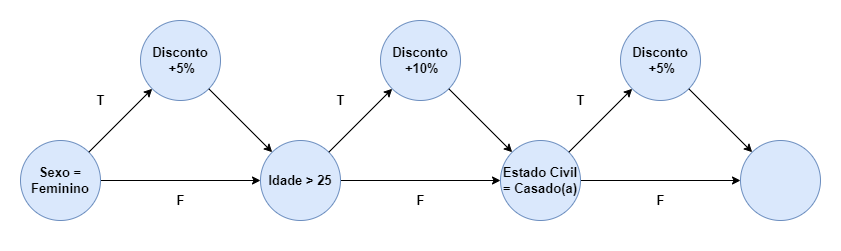
This is images/Grafo Causa e Efeito.png from Dener-arx/ts-2021-2, a draw.io export, as it was before one commit. Source tidied: cells renumbered, new cells last; positions are measured from the earlier drawing's top-left corner, leaving out a move shared by most shapes.
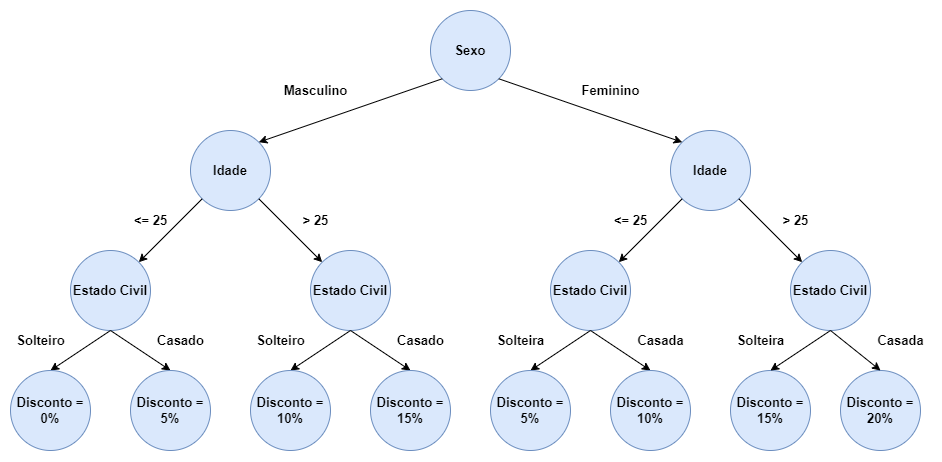
Later version of the same file.

What changed in the source:
```diff
@@ -2,74 +2,137 @@
   <root>
     <mxCell id="0" />
     <mxCell id="1" parent="0" />
-    <mxCell id="2" style="rounded=0;whiteSpace=wrap;html=1;fontSize=14;strokeColor=none;" parent="1" vertex="1">
-      <mxGeometry width="840" height="250" as="geometry" />
-    </mxCell>
-    <mxCell id="3" style="edgeStyle=orthogonalEdgeStyle;rounded=0;jettySize=auto;html=1;fontSize=13;" parent="1" edge="1" source="4" target="6">
-      <mxGeometry relative="1" as="geometry" />
-    </mxCell>
-    <mxCell id="4" value="Sexo = Feminino" style="ellipse;whiteSpace=wrap;html=1;fontStyle=1;fontSize=13;fillColor=#dae8fc;strokeColor=#6c8ebf;" parent="1" vertex="1">
-      <mxGeometry x="20" y="140" width="80" height="80" as="geometry" />
-    </mxCell>
-    <mxCell id="5" style="edgeStyle=orthogonalEdgeStyle;rounded=0;jettySize=auto;html=1;fontSize=13;" parent="1" edge="1" source="6" target="9">
-      <mxGeometry relative="1" as="geometry" />
-    </mxCell>
-    <mxCell id="6" value="Idade &amp;gt; 25" style="ellipse;whiteSpace=wrap;html=1;fontStyle=1;fontSize=13;fillColor=#dae8fc;strokeColor=#6c8ebf;" parent="1" vertex="1">
-      <mxGeometry x="260" y="140" width="80" height="80" as="geometry" />
-    </mxCell>
-    <mxCell id="7" value="Disconto&lt;br&gt;&amp;nbsp;+5%" style="ellipse;whiteSpace=wrap;html=1;fontStyle=1;fontSize=13;fillColor=#dae8fc;strokeColor=#6c8ebf;" parent="1" vertex="1">
-      <mxGeometry x="140" y="20" width="80" height="80" as="geometry" />
-    </mxCell>
-    <mxCell id="8" style="edgeStyle=orthogonalEdgeStyle;rounded=0;jettySize=auto;html=1;fontSize=13;" parent="1" edge="1" source="9" target="10">
-      <mxGeometry relative="1" as="geometry" />
-    </mxCell>
-    <mxCell id="9" value="Estado Civil = Casado(a)" style="ellipse;whiteSpace=wrap;html=1;fontStyle=1;fontSize=13;fillColor=#dae8fc;strokeColor=#6c8ebf;" parent="1" vertex="1">
-      <mxGeometry x="500" y="140" width="80" height="80" as="geometry" />
-    </mxCell>
-    <mxCell id="10" style="ellipse;whiteSpace=wrap;html=1;fontStyle=1;fontSize=13;fillColor=#dae8fc;strokeColor=#6c8ebf;" parent="1" vertex="1">
-      <mxGeometry x="740" y="140" width="80" height="80" as="geometry" />
-    </mxCell>
-    <mxCell id="11" value="Disconto&lt;br&gt;&amp;nbsp;+10%" style="ellipse;whiteSpace=wrap;html=1;fontStyle=1;fontSize=13;fillColor=#dae8fc;strokeColor=#6c8ebf;" parent="1" vertex="1">
-      <mxGeometry x="380" y="20" width="80" height="80" as="geometry" />
-    </mxCell>
-    <mxCell id="12" value="Disconto&lt;br&gt;&amp;nbsp;+5%" style="ellipse;whiteSpace=wrap;html=1;fontStyle=1;fontSize=13;fillColor=#dae8fc;strokeColor=#6c8ebf;" parent="1" vertex="1">
-      <mxGeometry x="620" y="20" width="80" height="80" as="geometry" />
-    </mxCell>
-    <mxCell id="13" style="endArrow=classic;html=1;rounded=0;fontSize=13;exitX=1;exitY=0;exitDx=0;exitDy=0;entryX=0;entryY=1;entryDx=0;entryDy=0;" parent="1" edge="1" source="4" target="7">
-      <mxGeometry relative="1" as="geometry" />
-    </mxCell>
-    <mxCell id="14" style="endArrow=classic;html=1;rounded=0;fontSize=13;exitX=1;exitY=1;exitDx=0;exitDy=0;entryX=0;entryY=0;entryDx=0;entryDy=0;" parent="1" edge="1" source="7" target="6">
-      <mxGeometry relative="1" as="geometry" />
-    </mxCell>
-    <mxCell id="15" style="endArrow=classic;html=1;rounded=0;fontSize=13;exitX=1;exitY=0;exitDx=0;exitDy=0;entryX=0;entryY=1;entryDx=0;entryDy=0;" parent="1" edge="1" source="6" target="11">
-      <mxGeometry relative="1" as="geometry" />
-    </mxCell>
-    <mxCell id="16" style="endArrow=classic;html=1;rounded=0;fontSize=13;exitX=1;exitY=1;exitDx=0;exitDy=0;entryX=0;entryY=0;entryDx=0;entryDy=0;" parent="1" edge="1" source="11" target="9">
-      <mxGeometry relative="1" as="geometry" />
-    </mxCell>
-    <mxCell id="17" style="endArrow=classic;html=1;rounded=0;fontSize=13;exitX=1;exitY=1;exitDx=0;exitDy=0;entryX=0;entryY=0;entryDx=0;entryDy=0;" parent="1" edge="1" source="12" target="10">
-      <mxGeometry relative="1" as="geometry" />
-    </mxCell>
-    <mxCell id="18" style="endArrow=classic;html=1;rounded=0;fontSize=13;exitX=1;exitY=0;exitDx=0;exitDy=0;entryX=0;entryY=1;entryDx=0;entryDy=0;" parent="1" edge="1" source="9" target="12">
-      <mxGeometry relative="1" as="geometry" />
-    </mxCell>
-    <mxCell id="19" value="F" style="text;html=1;align=center;verticalAlign=middle;strokeColor=none;fillColor=none;fontSize=13;fontStyle=1;" parent="1" vertex="1">
-      <mxGeometry x="170" y="190" width="20" height="20" as="geometry" />
-    </mxCell>
-    <mxCell id="20" value="T" style="text;html=1;align=center;verticalAlign=middle;strokeColor=none;fillColor=none;fontSize=13;fontStyle=1;" parent="1" vertex="1">
-      <mxGeometry x="90" y="90" width="20" height="20" as="geometry" />
-    </mxCell>
-    <mxCell id="21" value="T" style="text;html=1;align=center;verticalAlign=middle;strokeColor=none;fillColor=none;fontSize=13;fontStyle=1;" parent="1" vertex="1">
-      <mxGeometry x="330" y="90" width="20" height="20" as="geometry" />
-    </mxCell>
-    <mxCell id="22" value="F" style="text;html=1;align=center;verticalAlign=middle;strokeColor=none;fillColor=none;fontSize=13;fontStyle=1;" parent="1" vertex="1">
-      <mxGeometry x="410" y="190" width="20" height="20" as="geometry" />
-    </mxCell>
-    <mxCell id="23" value="T" style="text;html=1;align=center;verticalAlign=middle;strokeColor=none;fillColor=none;fontSize=13;fontStyle=1;" parent="1" vertex="1">
-      <mxGeometry x="570" y="90" width="20" height="20" as="geometry" />
-    </mxCell>
-    <mxCell id="24" value="F" style="text;html=1;align=center;verticalAlign=middle;strokeColor=none;fillColor=none;fontSize=13;fontStyle=1;" parent="1" vertex="1">
-      <mxGeometry x="650" y="190" width="20" height="20" as="geometry" />
-    </mxCell>
+    <mxCell id="25" style="rounded=0;whiteSpace=wrap;html=1;fontSize=13;strokeColor=none;" parent="1" vertex="1">
+      <mxGeometry x="-250" y="10" width="940" height="460" as="geometry" />
+    </mxCell>
+    <mxCell id="26" value="Sexo" style="ellipse;whiteSpace=wrap;html=1;fontStyle=1;fontSize=13;fillColor=#dae8fc;strokeColor=#6c8ebf;" parent="1" vertex="1">
+      <mxGeometry x="180" y="20" width="80" height="80" as="geometry" />
+    </mxCell>
+    <mxCell id="27" value="Idade" style="ellipse;whiteSpace=wrap;html=1;fontStyle=1;fontSize=13;fillColor=#dae8fc;strokeColor=#6c8ebf;" parent="1" vertex="1">
+      <mxGeometry x="-60" y="140" width="80" height="80" as="geometry" />
+    </mxCell>
+    <mxCell id="28" value="Idade" style="ellipse;whiteSpace=wrap;html=1;fontStyle=1;fontSize=13;fillColor=#dae8fc;strokeColor=#6c8ebf;" parent="1" vertex="1">
+      <mxGeometry x="420" y="140" width="80" height="80" as="geometry" />
+    </mxCell>
+    <mxCell id="29" value="Estado Civil" style="ellipse;whiteSpace=wrap;html=1;fontStyle=1;fontSize=13;fillColor=#dae8fc;strokeColor=#6c8ebf;" parent="1" vertex="1">
+      <mxGeometry x="-180" y="260" width="80" height="80" as="geometry" />
+    </mxCell>
+    <mxCell id="30" value="Estado Civil" style="ellipse;whiteSpace=wrap;html=1;fontStyle=1;fontSize=13;fillColor=#dae8fc;strokeColor=#6c8ebf;" parent="1" vertex="1">
+      <mxGeometry x="60" y="260" width="80" height="80" as="geometry" />
+    </mxCell>
+    <mxCell id="31" value="Estado Civil" style="ellipse;whiteSpace=wrap;html=1;fontStyle=1;fontSize=13;fillColor=#dae8fc;strokeColor=#6c8ebf;" parent="1" vertex="1">
+      <mxGeometry x="300" y="260" width="80" height="80" as="geometry" />
+    </mxCell>
+    <mxCell id="32" value="Estado Civil" style="ellipse;whiteSpace=wrap;html=1;fontStyle=1;fontSize=13;fillColor=#dae8fc;strokeColor=#6c8ebf;" parent="1" vertex="1">
+      <mxGeometry x="540" y="260" width="80" height="80" as="geometry" />
+    </mxCell>
+    <mxCell id="33" style="endArrow=classic;html=1;rounded=0;exitX=0;exitY=1;exitDx=0;exitDy=0;entryX=1;entryY=0;entryDx=0;entryDy=0;fontStyle=1;fontSize=13;" parent="1" edge="1" source="26" target="27">
+      <mxGeometry relative="1" as="geometry" />
+    </mxCell>
+    <mxCell id="34" style="endArrow=classic;html=1;rounded=0;exitX=1;exitY=1;exitDx=0;exitDy=0;entryX=0;entryY=0;entryDx=0;entryDy=0;fontStyle=1;fontSize=13;" parent="1" edge="1" source="27" target="30">
+      <mxGeometry relative="1" as="geometry" />
+    </mxCell>
+    <mxCell id="35" style="endArrow=classic;html=1;rounded=0;exitX=0;exitY=1;exitDx=0;exitDy=0;entryX=1;entryY=0;entryDx=0;entryDy=0;fontStyle=1;fontSize=13;" parent="1" edge="1" source="28" target="31">
+      <mxGeometry relative="1" as="geometry" />
+    </mxCell>
+    <mxCell id="36" style="endArrow=classic;html=1;rounded=0;exitX=1;exitY=1;exitDx=0;exitDy=0;entryX=0;entryY=0;entryDx=0;entryDy=0;fontStyle=1;fontSize=13;" parent="1" edge="1" source="26" target="28">
+      <mxGeometry relative="1" as="geometry" />
+    </mxCell>
+    <mxCell id="37" style="endArrow=classic;html=1;rounded=0;exitX=0.5;exitY=1;exitDx=0;exitDy=0;entryX=0.5;entryY=0;entryDx=0;entryDy=0;fontStyle=1;fontSize=13;" parent="1" edge="1" source="29" target="45">
+      <mxGeometry relative="1" as="geometry" />
+    </mxCell>
+    <mxCell id="38" style="endArrow=classic;html=1;rounded=0;exitX=0.5;exitY=1;exitDx=0;exitDy=0;entryX=0.5;entryY=0;entryDx=0;entryDy=0;fontStyle=1;fontSize=13;" parent="1" edge="1" source="29" target="46">
+      <mxGeometry relative="1" as="geometry" />
+    </mxCell>
+    <mxCell id="39" style="endArrow=classic;html=1;rounded=0;exitX=1;exitY=1;exitDx=0;exitDy=0;entryX=0;entryY=0;entryDx=0;entryDy=0;fontStyle=1;fontSize=13;" parent="1" edge="1" source="28" target="32">
+      <mxGeometry relative="1" as="geometry" />
+    </mxCell>
+    <mxCell id="40" style="endArrow=classic;html=1;rounded=0;exitX=0;exitY=1;exitDx=0;exitDy=0;entryX=1;entryY=0;entryDx=0;entryDy=0;fontStyle=1;fontSize=13;" parent="1" edge="1" source="27" target="29">
+      <mxGeometry relative="1" as="geometry" />
+    </mxCell>
+    <mxCell id="41" style="endArrow=classic;html=1;rounded=0;exitX=0.5;exitY=1;exitDx=0;exitDy=0;entryX=0.5;entryY=0;entryDx=0;entryDy=0;fontStyle=1;fontSize=13;" parent="1" edge="1" source="30" target="48">
+      <mxGeometry relative="1" as="geometry" />
+    </mxCell>
+    <mxCell id="42" style="endArrow=classic;html=1;rounded=0;exitX=0.5;exitY=1;exitDx=0;exitDy=0;entryX=0.5;entryY=0;entryDx=0;entryDy=0;fontStyle=1;fontSize=13;" parent="1" edge="1" source="30" target="47">
+      <mxGeometry relative="1" as="geometry" />
+    </mxCell>
+    <mxCell id="43" style="endArrow=classic;html=1;rounded=0;exitX=0.5;exitY=1;exitDx=0;exitDy=0;entryX=0.5;entryY=0;entryDx=0;entryDy=0;fontStyle=1;fontSize=13;" parent="1" edge="1" source="31" target="50">
+      <mxGeometry relative="1" as="geometry" />
+    </mxCell>
+    <mxCell id="44" style="endArrow=classic;html=1;rounded=0;exitX=0.5;exitY=1;exitDx=0;exitDy=0;entryX=0.5;entryY=0;entryDx=0;entryDy=0;fontStyle=1;fontSize=13;" parent="1" edge="1" source="31" target="49">
+      <mxGeometry relative="1" as="geometry" />
+    </mxCell>
+    <mxCell id="45" value="Disconto = 0%" style="ellipse;whiteSpace=wrap;html=1;fontStyle=1;fontSize=13;fillColor=#dae8fc;strokeColor=#6c8ebf;" parent="1" vertex="1">
+      <mxGeometry x="-240" y="380" width="80" height="80" as="geometry" />
+    </mxCell>
+    <mxCell id="46" value="Disconto = 5%" style="ellipse;whiteSpace=wrap;html=1;fontStyle=1;fontSize=13;fillColor=#dae8fc;strokeColor=#6c8ebf;" parent="1" vertex="1">
+      <mxGeometry x="-120" y="380" width="80" height="80" as="geometry" />
+    </mxCell>
+    <mxCell id="47" value="Disconto = 15%" style="ellipse;whiteSpace=wrap;html=1;fontStyle=1;fontSize=13;fillColor=#dae8fc;strokeColor=#6c8ebf;" parent="1" vertex="1">
+      <mxGeometry x="120" y="380" width="80" height="80" as="geometry" />
+    </mxCell>
+    <mxCell id="48" value="Disconto = 10%" style="ellipse;whiteSpace=wrap;html=1;fontStyle=1;fontSize=13;fillColor=#dae8fc;strokeColor=#6c8ebf;" parent="1" vertex="1">
+      <mxGeometry y="380" width="80" height="80" as="geometry" />
+    </mxCell>
+    <mxCell id="49" value="Disconto = 5%" style="ellipse;whiteSpace=wrap;html=1;fontStyle=1;fontSize=13;fillColor=#dae8fc;strokeColor=#6c8ebf;" parent="1" vertex="1">
+      <mxGeometry x="240" y="380" width="80" height="80" as="geometry" />
+    </mxCell>
+    <mxCell id="50" value="Disconto = 10%" style="ellipse;whiteSpace=wrap;html=1;fontStyle=1;fontSize=13;fillColor=#dae8fc;strokeColor=#6c8ebf;" parent="1" vertex="1">
+      <mxGeometry x="360" y="380" width="80" height="80" as="geometry" />
+    </mxCell>
+    <mxCell id="51" value="Disconto = 15%" style="ellipse;whiteSpace=wrap;html=1;fontStyle=1;fontSize=13;fillColor=#dae8fc;strokeColor=#6c8ebf;" parent="1" vertex="1">
+      <mxGeometry x="480" y="380" width="80" height="80" as="geometry" />
+    </mxCell>
+    <mxCell id="52" value="Disconto = 20%" style="ellipse;whiteSpace=wrap;html=1;fontStyle=1;fontSize=13;fillColor=#dae8fc;strokeColor=#6c8ebf;" parent="1" vertex="1">
+      <mxGeometry x="590" y="380" width="80" height="80" as="geometry" />
+    </mxCell>
+    <mxCell id="53" style="endArrow=classic;html=1;rounded=0;entryX=0.5;entryY=0;entryDx=0;entryDy=0;exitX=0.5;exitY=1;exitDx=0;exitDy=0;fontStyle=1;fontSize=13;" parent="1" edge="1" source="32" target="52">
+      <mxGeometry relative="1" as="geometry" />
+    </mxCell>
+    <mxCell id="54" style="endArrow=classic;html=1;rounded=0;exitX=0.5;exitY=1;exitDx=0;exitDy=0;entryX=0.5;entryY=0;entryDx=0;entryDy=0;fontStyle=1;fontSize=13;" parent="1" edge="1" source="32" target="51">
+      <mxGeometry relative="1" as="geometry" />
+    </mxCell>
+    <mxCell id="55" value="Masculino" style="text;html=1;align=center;verticalAlign=middle;strokeColor=none;fillColor=none;fontStyle=1;fontSize=13;" parent="1" vertex="1">
+      <mxGeometry x="25" y="90" width="80" height="20" as="geometry" />
+    </mxCell>
+    <mxCell id="56" value="Feminino" style="text;html=1;align=center;verticalAlign=middle;strokeColor=none;fillColor=none;fontStyle=1;fontSize=13;" parent="1" vertex="1">
+      <mxGeometry x="325" y="90" width="70" height="20" as="geometry" />
+    </mxCell>
+    <mxCell id="57" value="&amp;lt;= 25" style="text;html=1;align=center;verticalAlign=middle;strokeColor=none;fillColor=none;fontStyle=1;fontSize=13;" parent="1" vertex="1">
+      <mxGeometry x="-125" y="220" width="50" height="20" as="geometry" />
+    </mxCell>
+    <mxCell id="58" value="&amp;gt; 25" style="text;html=1;align=center;verticalAlign=middle;strokeColor=none;fillColor=none;fontStyle=1;fontSize=13;" parent="1" vertex="1">
+      <mxGeometry x="45" y="220" width="40" height="20" as="geometry" />
+    </mxCell>
+    <mxCell id="59" value="Solteiro" style="text;html=1;align=center;verticalAlign=middle;strokeColor=none;fillColor=none;fontStyle=1;fontSize=13;" parent="1" vertex="1">
+      <mxGeometry x="-240" y="340" width="60" height="20" as="geometry" />
+    </mxCell>
+    <mxCell id="60" value="Casado" style="text;html=1;align=center;verticalAlign=middle;strokeColor=none;fillColor=none;fontStyle=1;fontSize=13;" parent="1" vertex="1">
+      <mxGeometry x="-100" y="340" width="60" height="20" as="geometry" />
+    </mxCell>
+    <mxCell id="61" value="Solteiro" style="text;html=1;align=center;verticalAlign=middle;strokeColor=none;fillColor=none;fontStyle=1;fontSize=13;" parent="1" vertex="1">
+      <mxGeometry y="340" width="60" height="20" as="geometry" />
+    </mxCell>
+    <mxCell id="62" value="Casado" style="text;html=1;align=center;verticalAlign=middle;strokeColor=none;fillColor=none;fontStyle=1;fontSize=13;" parent="1" vertex="1">
+      <mxGeometry x="140" y="340" width="60" height="20" as="geometry" />
+    </mxCell>
+    <mxCell id="63" value="&amp;lt;= 25" style="text;html=1;align=center;verticalAlign=middle;strokeColor=none;fillColor=none;fontStyle=1;fontSize=13;" parent="1" vertex="1">
+      <mxGeometry x="355" y="220" width="50" height="20" as="geometry" />
+    </mxCell>
+    <mxCell id="64" value="&amp;gt; 25" style="text;html=1;align=center;verticalAlign=middle;strokeColor=none;fillColor=none;fontStyle=1;fontSize=13;" parent="1" vertex="1">
+      <mxGeometry x="525" y="220" width="40" height="20" as="geometry" />
+    </mxCell>
+    <mxCell id="65" value="Solteira" style="text;html=1;align=center;verticalAlign=middle;strokeColor=none;fillColor=none;fontStyle=1;fontSize=13;" parent="1" vertex="1">
+      <mxGeometry x="240" y="340" width="60" height="20" as="geometry" />
+    </mxCell>
+    <mxCell id="66" value="Casada" style="text;html=1;align=center;verticalAlign=middle;strokeColor=none;fillColor=none;fontStyle=1;fontSize=13;" parent="1" vertex="1">
+      <mxGeometry x="380" y="340" width="60" height="20" as="geometry" />
+    </mxCell>
+    <mxCell id="67" value="Solteira" style="text;html=1;align=center;verticalAlign=middle;strokeColor=none;fillColor=none;fontStyle=1;fontSize=13;" parent="1" vertex="1">
+      <mxGeometry x="480" y="340" width="60" height="20" as="geometry" />
+    </mxCell>
+    <mxCell id="68" value="Casada" style="text;html=1;align=center;verticalAlign=middle;strokeColor=none;fillColor=none;fontStyle=1;fontSize=13;" parent="1" vertex="1">
+      <mxGeometry x="620" y="340" width="60" height="20" as="geometry" />
+    </mxCell>
   </root>
 </mxGraphModel>
```
